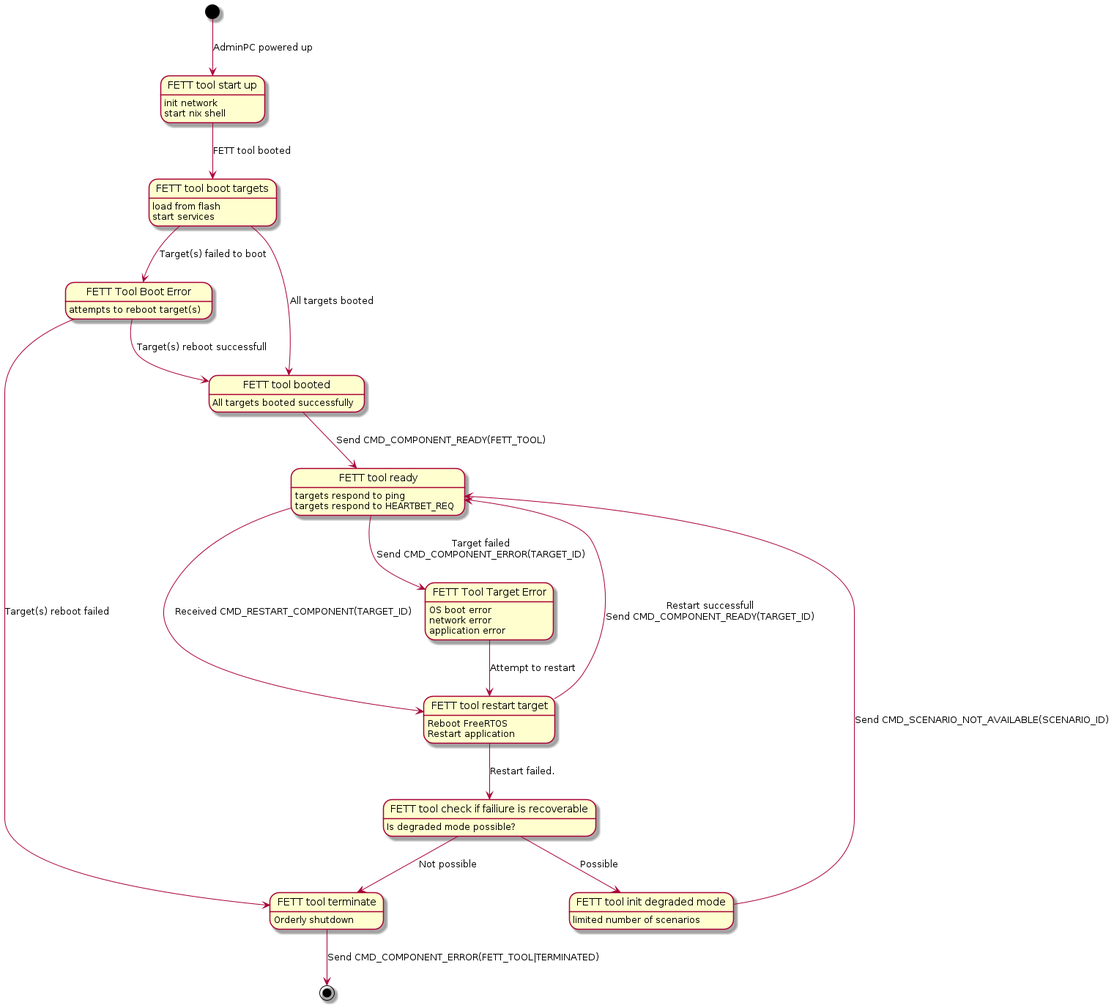
Earlier version of the PlantUML export fett/cyberPhys/specs/state_machine_fett_tool.png (GaloisInc/BESSPIN-Tool-Suite).
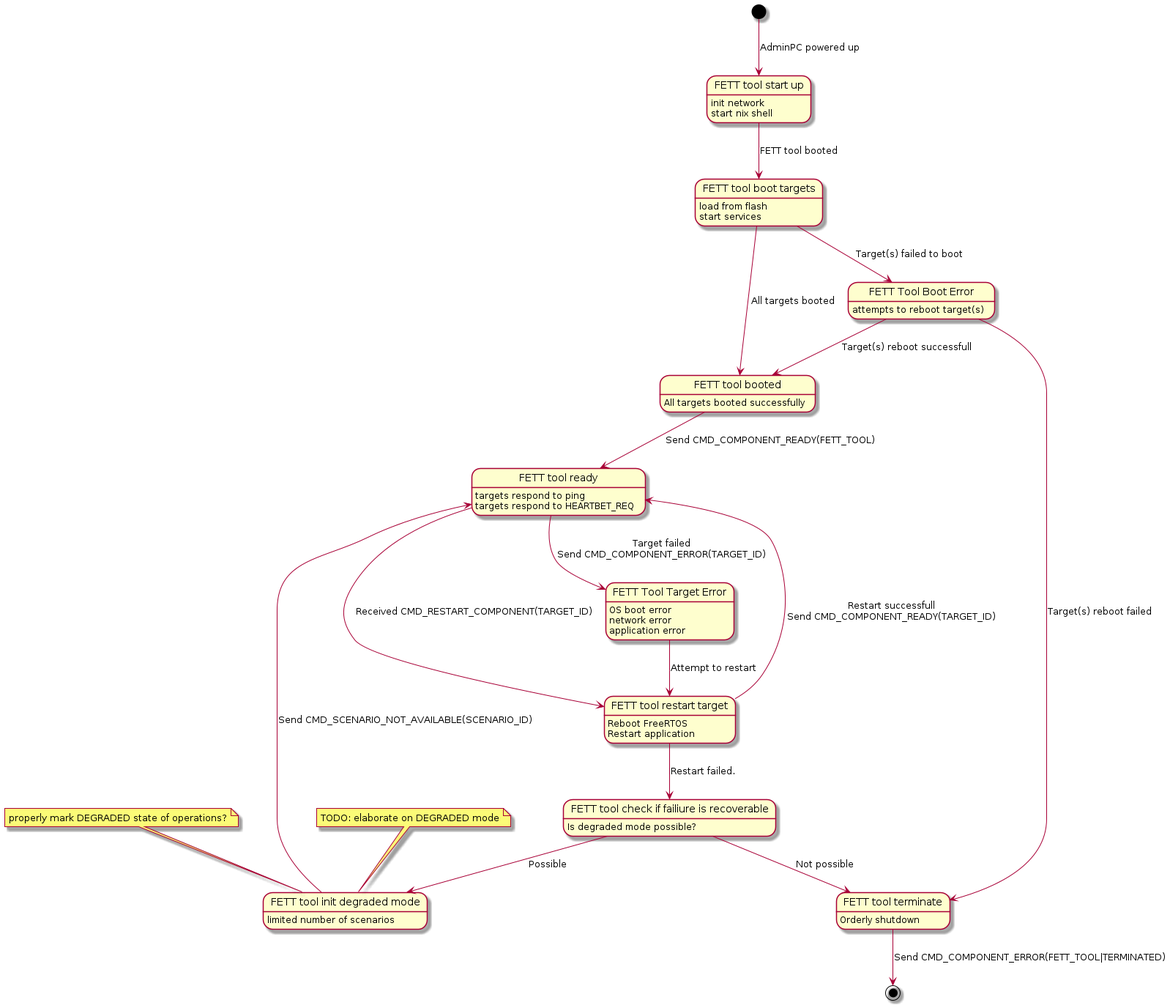
Above is the later version.

Commit message:
Update FETT tool state diagram

Change to the diagram source:
```diff
@@ -54,6 +54,8 @@
 FettToolRecoverableFailiure --> FettToolDegradedModeInit: Possible
 state "FETT tool init degraded mode" as FettToolDegradedModeInit
 FettToolDegradedModeInit: limited number of scenarios
+note top of FettToolDegradedModeInit: properly mark DEGRADED state of operations?
+note top of FettToolDegradedModeInit: TODO: elaborate on DEGRADED mode
 
 FettToolDegradedModeInit --> FettToolReady: Send CMD_SCENARIO_NOT_AVAILABLE(SCENARIO_ID)
 
```
